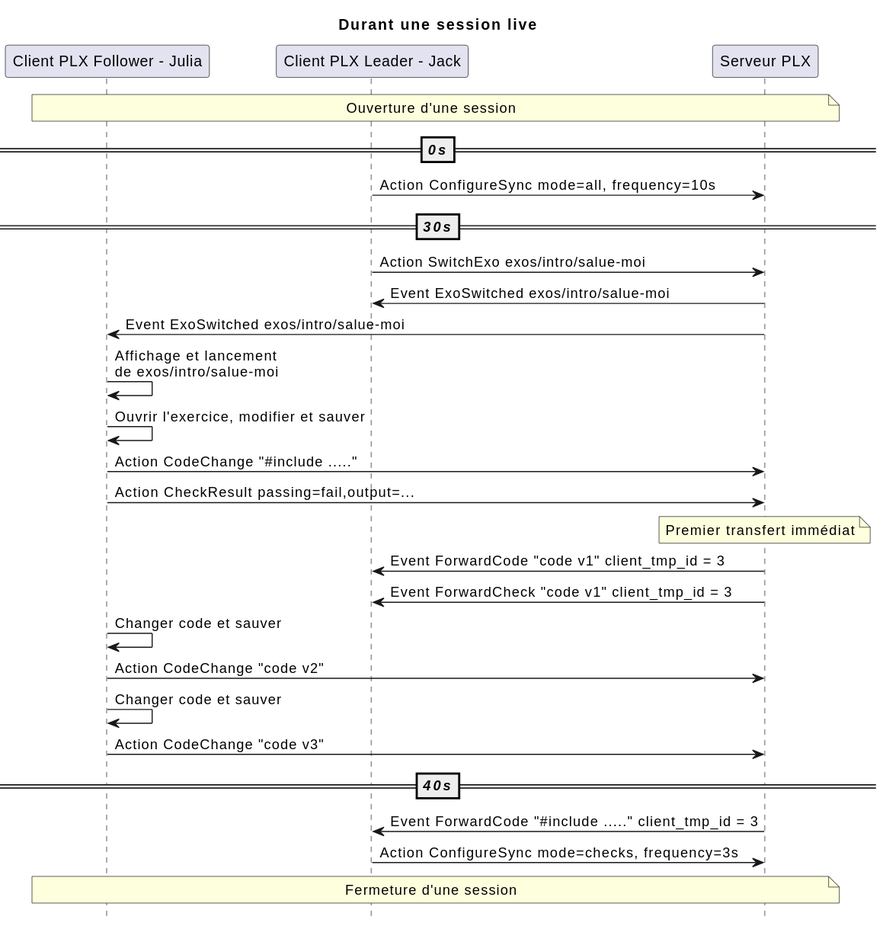
Above: report/protocol/diagrams/training.svg in samuelroland/tb-docs (PlantUML), before the change.
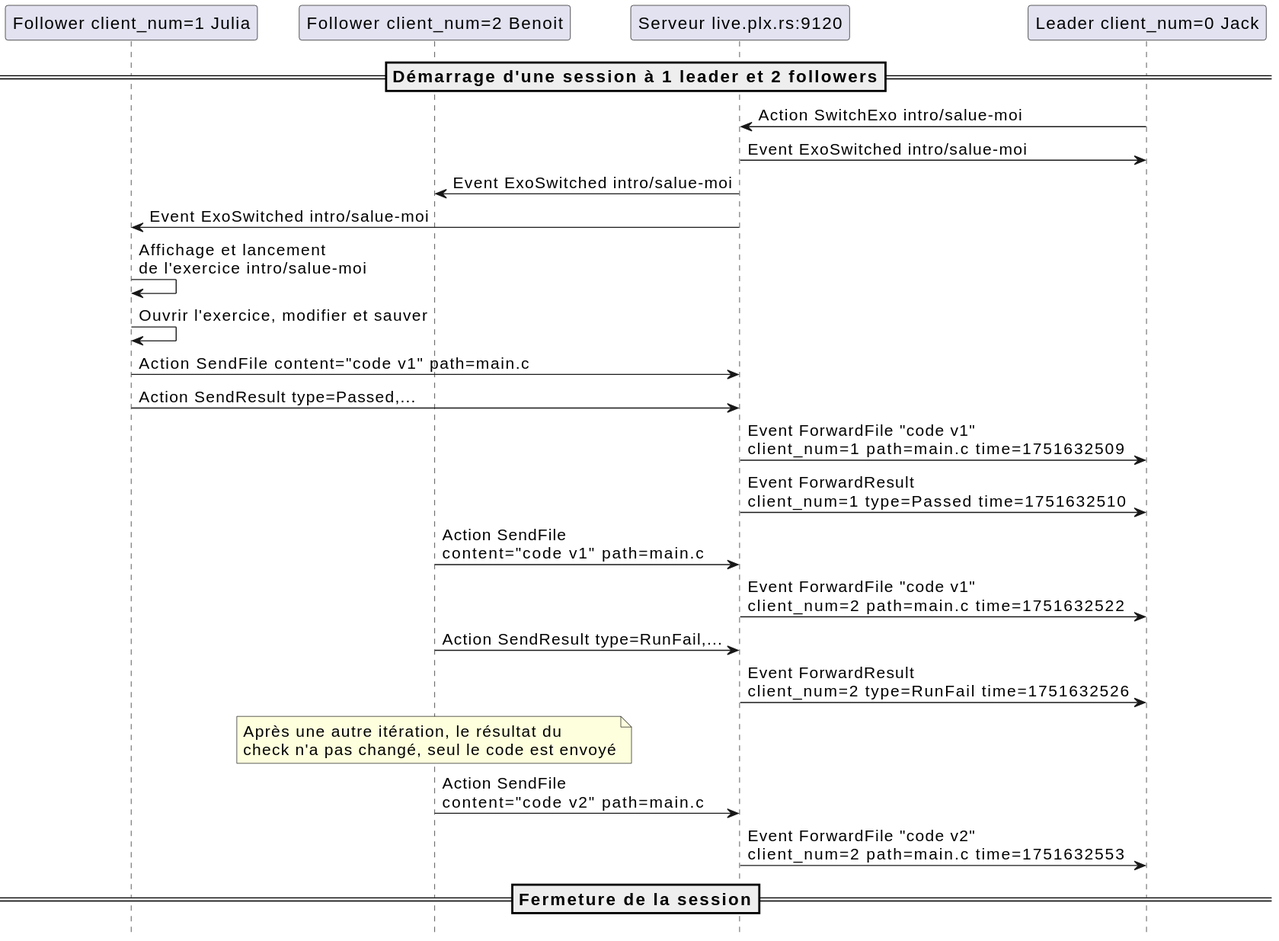
The same file after the commit.

What changed in the source:
```diff
@@ -1,34 +1,35 @@
 @startuml
 hide footbox
 
-title Durant une session live
+skinparam defaultFontSize 16
+participant "Follower client_num=1 Julia" as f1
+participant "Follower client_num=2 Benoit" as f2
+participant "Serveur live.plx.rs:9120" as server
+participant "Leader client_num=0 Jack" as leader
+skinparam defaultFontSize 15
 
-participant "Client PLX Follower - Julia" as follower
-participant "Client PLX Leader - Jack" as leader
-participant "Serveur PLX" as server
+===== Démarrage d'une session à 1 leader et 2 followers ==
 
-note over follower, server: Ouverture d'une session
+leader -> server: Action SwitchExo intro/salue-moi
+server -> leader: Event ExoSwitched intro/salue-moi
+server -> f2: Event ExoSwitched intro/salue-moi
+server -> f1: Event ExoSwitched intro/salue-moi
+f1 -> f1: Affichage et lancement\nde l'exercice intro/salue-moi
+f1 -> f1: Ouvrir l'exercice, modifier et sauver
+f1 -> server: Action SendFile content="code v1" path=main.c
+f1 -> server: Action SendResult type=Passed,...
+server -> leader: Event ForwardFile "code v1"\nclient_num=1 path=main.c time=1751632509
+server -> leader: Event ForwardResult\nclient_num=1 type=Passed time=1751632510
 
-====== 0s ==
-leader -> server: Action ConfigureSync mode=all, frequency=10s
-====== 30s ==
-leader -> server: Action SwitchExo exos/intro/salue-moi
-server -> leader: Event ExoSwitched exos/intro/salue-moi
-server -> follower: Event ExoSwitched exos/intro/salue-moi
-follower -> follower: Affichage et lancement\nde exos/intro/salue-moi
-follower -> follower: Ouvrir l'exercice, modifier et sauver
-follower -> server: Action CodeChange "#include ....."
-follower -> server: Action CheckResult passing=fail,output=...
-note over server: Premier transfert immédiat
-server -> leader: Event ForwardCode "code v1" client_tmp_id = 3
-server -> leader: Event ForwardCheck "code v1" client_tmp_id = 3
-follower -> follower: Changer code et sauver
-follower -> server: Action CodeChange "code v2"
-follower -> follower: Changer code et sauver
-follower -> server: Action CodeChange "code v3"
-====== 40s ==
-server -> leader: Event ForwardCode "#include ....." client_tmp_id = 3
+f2 -> server: Action SendFile\ncontent="code v1" path=main.c
+server -> leader: Event ForwardFile "code v1"\nclient_num=2 path=main.c time=1751632522
+f2 -> server: Action SendResult type=RunFail,...
+server -> leader: Event ForwardResult\nclient_num=2 type=RunFail time=1751632526
 
-leader -> server: Action ConfigureSync mode=checks, frequency=3s
-note over follower, server: Fermeture d'une session
+note over f2: Après une autre itération, le résultat du\ncheck n'a pas changé, seul le code est envoyé
+f2 -> server: Action SendFile\ncontent="code v2" path=main.c
+server -> leader: Event ForwardFile "code v2"\nclient_num=2 path=main.c time=1751632553
+
+
+===== Fermeture de la session ==
 @enduml
```
